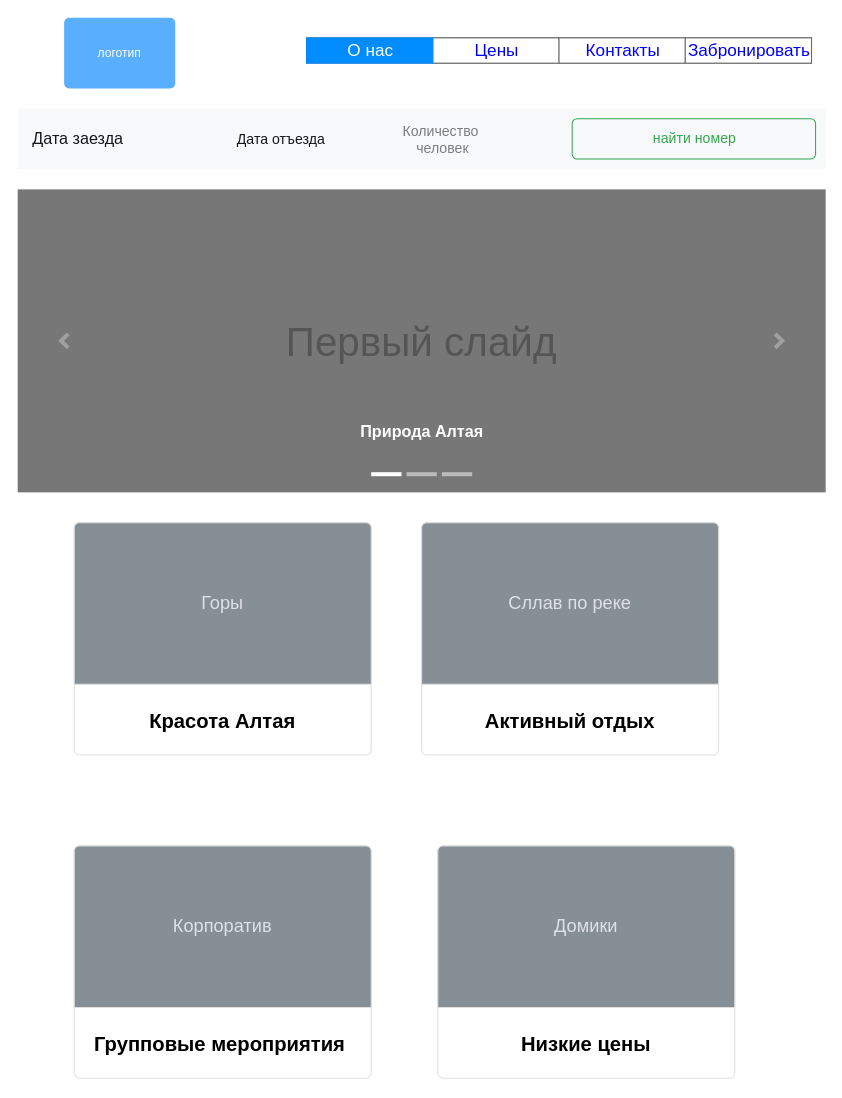
Above: base1.drawio in PaulG17/hexlet-git (draw.io), before the change. Source tidied: cells renumbered, new cells numbered last; positions are measured from the earlier drawing's top-left corner, leaving out a move shared by most shapes. Both pictures are drawn from the tidied source at 101%, with x=0, y=0 at pixel (17, 17).
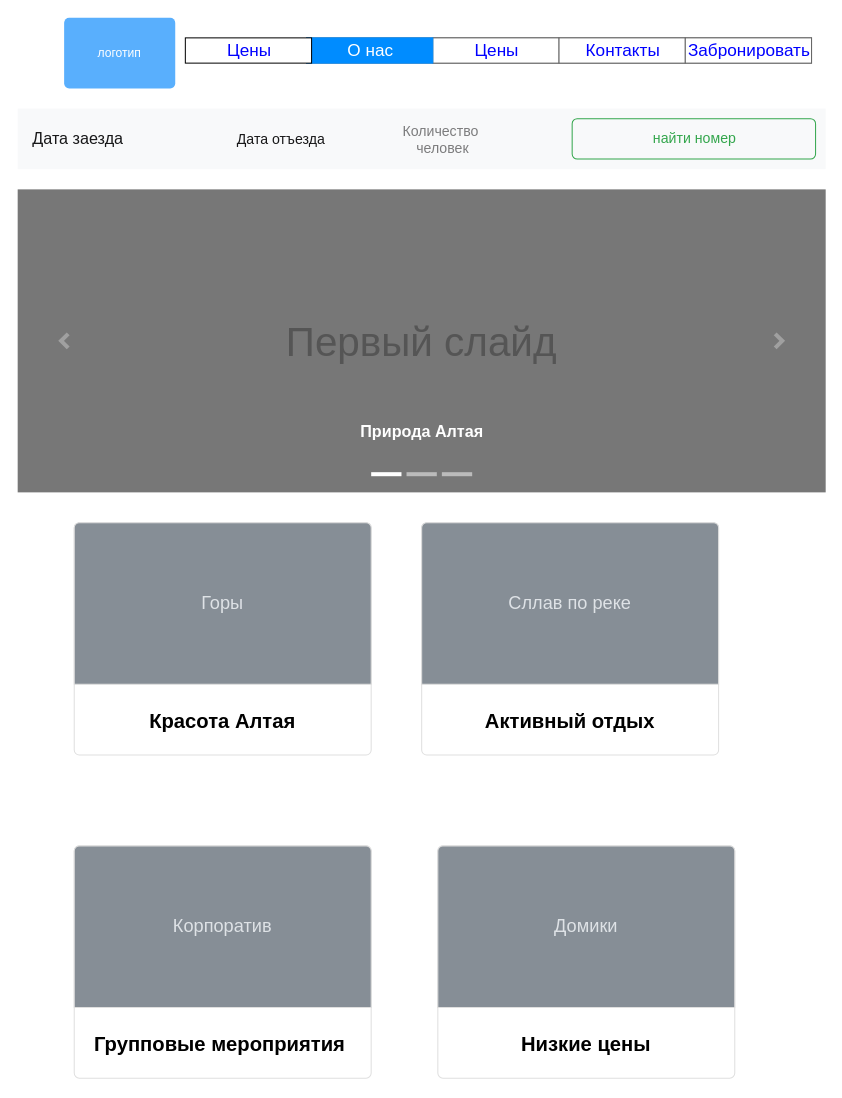
After the change.

The edit, as a diff of the source:
```diff
@@
+    <mxCell id="27" value="Цены" style="strokeColor=inherit;fillColor=inherit;gradientColor=inherit;strokeWidth=1;shadow=0;dashed=0;align=center;html=1;shape=mxgraph.mockup.text.rrect;rSize=0;fontSize=17;fontColor=#0000ff;" parent="1" vertex="1">
+      <mxGeometry x="166" y="20" width="125" height="25" as="geometry" />
+    </mxCell>
```
